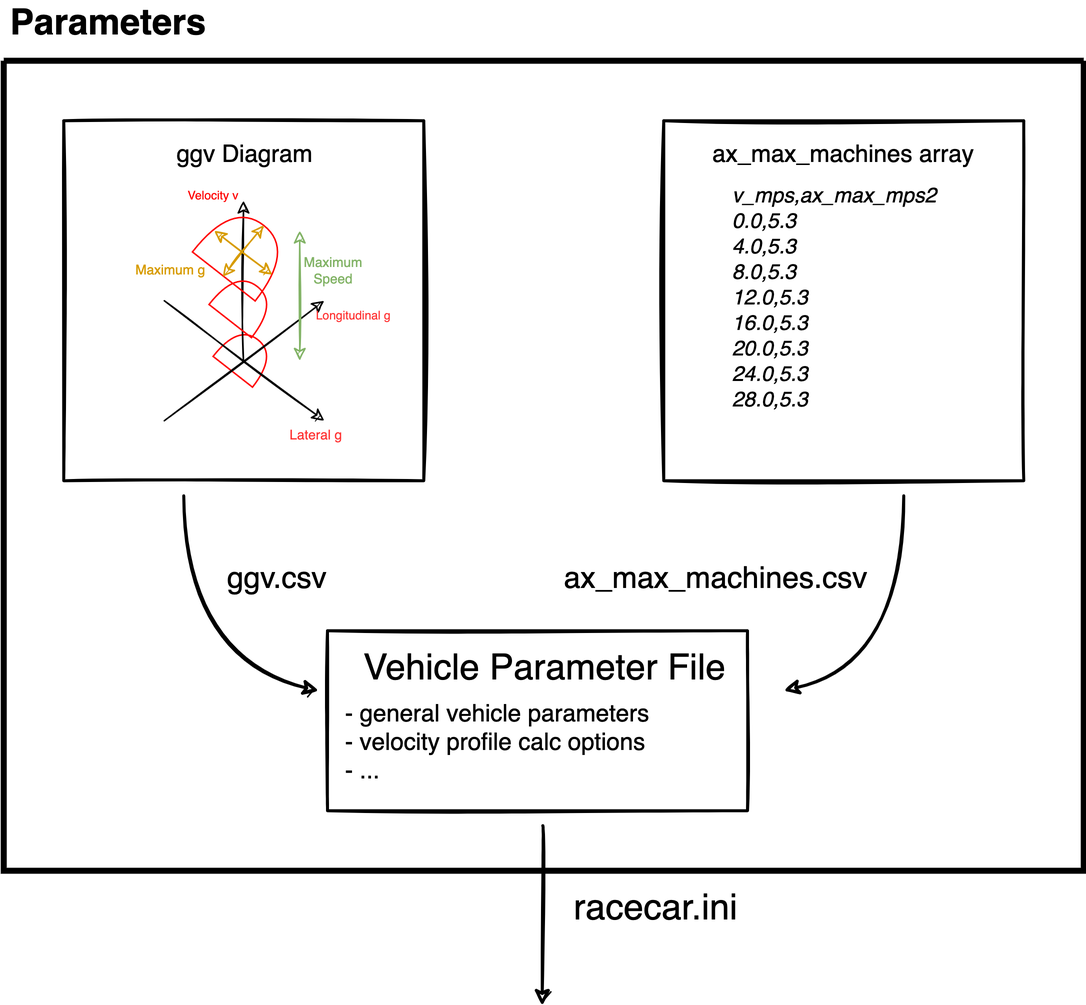
The draw.io diagram img/Algorithm_Optimization_Module_Parameters.png in Beomar97/path-planning-docs, before a commit. Source tidied: cells renumbered, new cells last; positions are measured from the earlier drawing's top-left corner, leaving out a move shared by most shapes.
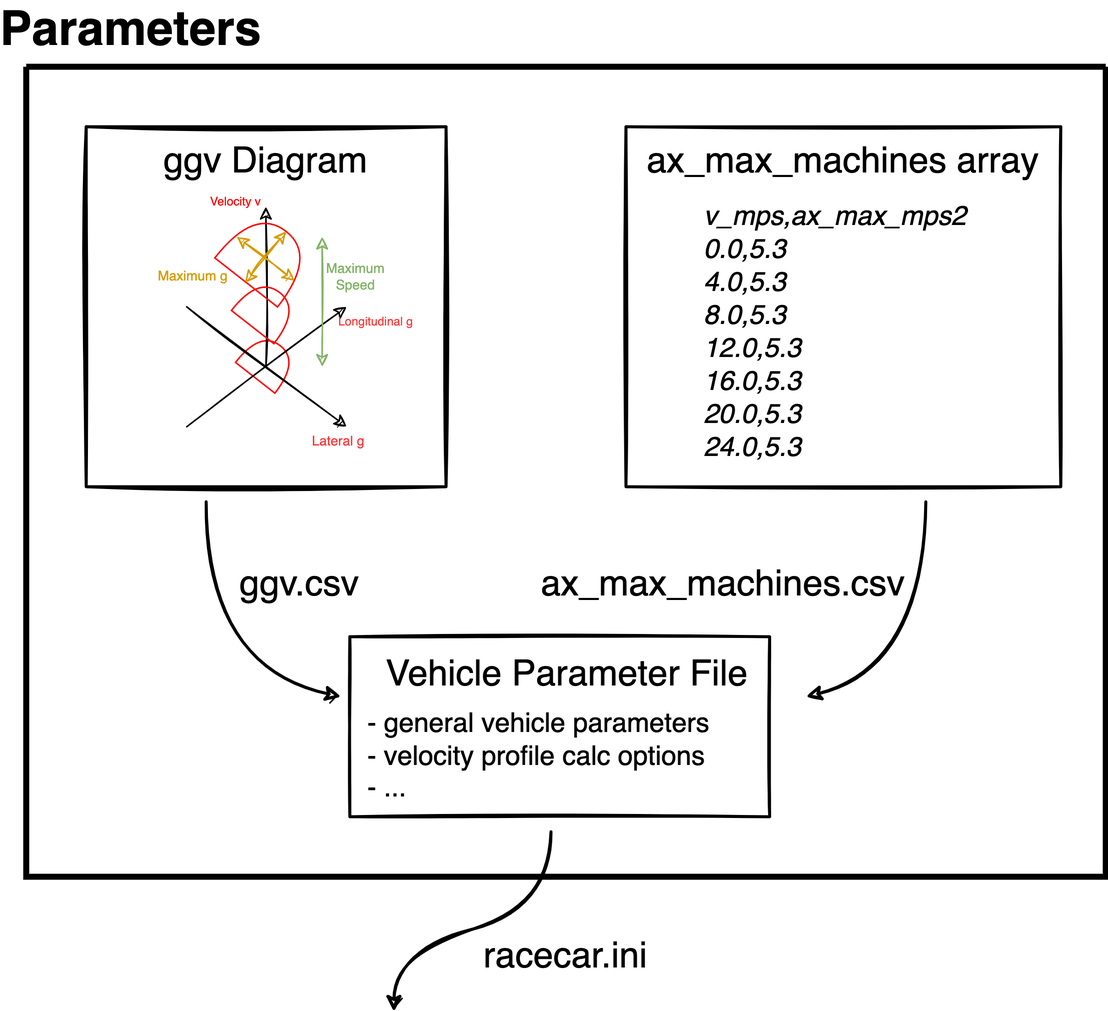
After the commit.

Diff of the diagram source:
```diff
@@ -3,7 +3,7 @@
     <mxCell id="0" />
     <mxCell id="1" parent="0" />
     <mxCell id="2" style="group;" parent="1" vertex="1">
-      <mxGeometry x="40" y="80" width="240" height="240" as="geometry" />
+      <mxGeometry y="80" width="240" height="240" as="geometry" />
     </mxCell>
     <mxCell id="3" style="shape=or;whiteSpace=wrap;html=1;fillColor=none;rotation=308;strokeColor=#FF0000;" parent="2" vertex="1">
       <mxGeometry x="107.5" y="140" width="27.1" height="33.3" as="geometry" />
@@ -64,65 +64,69 @@
     <mxCell id="17" style="swimlane;startSize=0;sketch=1;strokeWidth=2;" parent="2" vertex="1">
       <mxGeometry width="240" height="240" as="geometry" />
     </mxCell>
-    <mxCell id="18" value="ggv Diagram" style="text;html=1;strokeColor=none;fillColor=none;align=center;verticalAlign=middle;whiteSpace=wrap;rounded=0;shadow=0;sketch=0;fontColor=#000000;fontSize=16;" parent="17" vertex="1">
-      <mxGeometry x="74.3" y="13.3" width="93.5" height="20" as="geometry" />
+    <mxCell id="18" style="swimlane;startSize=0;sketch=1;fontSize=12;strokeWidth=2;" parent="1" vertex="1">
+      <mxGeometry x="360" y="80" width="290" height="240" as="geometry" />
     </mxCell>
-    <mxCell id="19" style="swimlane;startSize=0;sketch=1;fontSize=12;strokeWidth=2;" parent="1" vertex="1">
-      <mxGeometry x="440" y="80" width="240" height="240" as="geometry" />
+    <mxCell id="19" style="endArrow=classic;html=1;fontSize=24;sketch=1;strokeWidth=2;curved=1;" parent="1" edge="1">
+      <mxGeometry relative="1" as="geometry">
+        <mxPoint x="80" y="330" as="sourcePoint" />
+        <mxPoint x="170" y="460" as="targetPoint" />
+        <Array as="points">
+          <mxPoint x="80" y="440" />
+        </Array>
+      </mxGeometry>
     </mxCell>
-    <mxCell id="20" value="v_mps,ax_max_mps2&#10;0.0,5.3&#10;4.0,5.3&#10;8.0,5.3&#10;12.0,5.3&#10;16.0,5.3&#10;20.0,5.3&#10;24.0,5.3&#10;28.0,5.3&#10;......" style="text;strokeColor=none;fillColor=none;align=left;verticalAlign=middle;spacingLeft=4;spacingRight=4;overflow=hidden;sketch=1;fontSize=14;fontStyle=2;" parent="19" vertex="1">
-      <mxGeometry x="40" y="40" width="160" height="160" as="geometry" />
+    <mxCell id="20" style="endArrow=classic;html=1;fontSize=24;sketch=1;strokeWidth=2;curved=1;" parent="1" edge="1">
+      <mxGeometry relative="1" as="geometry">
+        <mxPoint x="560" y="330" as="sourcePoint" />
+        <mxPoint x="480" y="460" as="targetPoint" />
+        <Array as="points">
+          <mxPoint x="560" y="440" />
+        </Array>
+      </mxGeometry>
     </mxCell>
-    <mxCell id="21" value="ax_max_machines array" style="text;html=1;strokeColor=none;fillColor=none;align=center;verticalAlign=middle;whiteSpace=wrap;rounded=0;shadow=0;sketch=0;fontColor=#000000;fontSize=16;" parent="19" vertex="1">
-      <mxGeometry x="29.1" y="13.3" width="181.8" height="20" as="geometry" />
+    <mxCell id="21" value="ggv.csv" style="text;html=1;strokeColor=none;fillColor=none;align=center;verticalAlign=middle;whiteSpace=wrap;rounded=0;sketch=1;fontSize=24;" parent="1" vertex="1">
+      <mxGeometry x="100" y="370" width="85" height="30" as="geometry" />
     </mxCell>
-    <mxCell id="22" style="endArrow=classic;html=1;fontSize=24;sketch=1;strokeWidth=2;curved=1;" parent="1" edge="1">
-      <mxGeometry relative="1" as="geometry">
-        <mxPoint x="120" y="330" as="sourcePoint" />
-        <mxPoint x="210" y="460" as="targetPoint" />
-        <Array as="points">
-          <mxPoint x="120" y="440" />
-        </Array>
-      </mxGeometry>
+    <mxCell id="22" style="swimlane;startSize=0;sketch=1;fontSize=24;strokeWidth=2;" parent="1" vertex="1">
+      <mxGeometry x="175.8" y="420" width="280" height="120" as="geometry" />
     </mxCell>
-    <mxCell id="23" style="endArrow=classic;html=1;fontSize=24;sketch=1;strokeWidth=2;curved=1;" parent="1" edge="1">
-      <mxGeometry relative="1" as="geometry">
-        <mxPoint x="600" y="330" as="sourcePoint" />
-        <mxPoint x="520" y="460" as="targetPoint" />
-        <Array as="points">
-          <mxPoint x="600" y="440" />
-        </Array>
-      </mxGeometry>
+    <mxCell id="23" value="Vehicle Parameter File" style="text;html=1;strokeColor=none;fillColor=none;align=center;verticalAlign=middle;whiteSpace=wrap;rounded=0;sketch=1;fontSize=24;" parent="22" vertex="1">
+      <mxGeometry x="20" y="10" width="250" height="30" as="geometry" />
     </mxCell>
-    <mxCell id="24" value="ax_max_machines.csv" style="text;html=1;strokeColor=none;fillColor=none;align=center;verticalAlign=middle;whiteSpace=wrap;rounded=0;sketch=1;fontSize=20;" parent="1" vertex="1">
-      <mxGeometry x="370" y="370" width="210" height="30" as="geometry" />
+    <mxCell id="24" value="- general vehicle parameters&lt;br style=&quot;font-size: 18px;&quot;&gt;- velocity profile calc options&lt;br style=&quot;font-size: 18px;&quot;&gt;- ..." style="text;html=1;strokeColor=none;fillColor=none;align=left;verticalAlign=top;whiteSpace=wrap;rounded=0;sketch=1;fontSize=18;" parent="22" vertex="1">
+      <mxGeometry x="10" y="40" width="270" height="70" as="geometry" />
     </mxCell>
-    <mxCell id="25" value="ggv.csv" style="text;html=1;strokeColor=none;fillColor=none;align=center;verticalAlign=middle;whiteSpace=wrap;rounded=0;sketch=1;fontSize=20;" parent="1" vertex="1">
-      <mxGeometry x="140" y="370" width="85" height="30" as="geometry" />
+    <mxCell id="25" style="swimlane;startSize=0;labelBackgroundColor=#E6E6E6;sketch=0;fillStyle=solid;fontFamily=Courier New;fontSize=20;fillColor=#E6E6E6;strokeWidth=4;" parent="1" vertex="1">
+      <mxGeometry x="-40" y="40" width="720" height="540" as="geometry" />
     </mxCell>
-    <mxCell id="26" style="swimlane;startSize=0;sketch=1;fontSize=24;strokeWidth=2;" parent="1" vertex="1">
-      <mxGeometry x="215.8" y="420" width="280" height="120" as="geometry" />
+    <mxCell id="26" value="Parameters" style="text;html=1;strokeColor=none;fillColor=none;align=center;verticalAlign=middle;whiteSpace=wrap;rounded=0;labelBackgroundColor=none;sketch=0;fillStyle=solid;fontFamily=Helvetica;fontSize=32;fontStyle=1;" parent="1" vertex="1">
+      <mxGeometry x="-40" width="140" height="30" as="geometry" />
     </mxCell>
-    <mxCell id="27" value="Vehicle Parameter File" style="text;html=1;strokeColor=none;fillColor=none;align=center;verticalAlign=middle;whiteSpace=wrap;rounded=0;sketch=1;fontSize=24;" parent="26" vertex="1">
-      <mxGeometry x="20" y="10" width="250" height="30" as="geometry" />
+    <mxCell id="27" value="racecar.ini" style="text;html=1;strokeColor=none;fillColor=none;align=center;verticalAlign=middle;whiteSpace=wrap;rounded=0;sketch=1;fontSize=24;" parent="1" vertex="1">
+      <mxGeometry x="195" y="618" width="250" height="30" as="geometry" />
     </mxCell>
-    <mxCell id="28" value="- general vehicle parameters&lt;br style=&quot;font-size: 16px;&quot;&gt;- velocity profile calc options&lt;br style=&quot;font-size: 16px;&quot;&gt;- ..." style="text;html=1;strokeColor=none;fillColor=none;align=left;verticalAlign=top;whiteSpace=wrap;rounded=0;sketch=1;fontSize=16;" parent="26" vertex="1">
-      <mxGeometry x="10" y="40" width="270" height="70" as="geometry" />
+    <mxCell id="28" style="endArrow=classic;html=1;fontSize=24;sketch=1;strokeWidth=2;curved=1;" parent="1" edge="1">
+      <mxGeometry relative="1" as="geometry">
+        <mxPoint x="310" y="550" as="sourcePoint" />
+        <mxPoint x="205.3" y="670" as="targetPoint" />
+        <Array as="points">
+          <mxPoint x="310" y="600" />
+          <mxPoint x="205" y="630" />
+        </Array>
+      </mxGeometry>
     </mxCell>
-    <mxCell id="29" style="endArrow=classic;html=1;fontSize=24;sketch=1;strokeWidth=2;curved=1;" parent="1" edge="1">
-      <mxGeometry relative="1" as="geometry">
-        <mxPoint x="359.3" y="550" as="sourcePoint" />
-        <mxPoint x="359" y="670" as="targetPoint" />
-      </mxGeometry>
+    <mxCell id="29" value="&lt;font style=&quot;font-size: 24px;&quot;&gt;ggv Diagram&lt;/font&gt;" style="text;html=1;strokeColor=none;fillColor=none;align=center;verticalAlign=middle;whiteSpace=wrap;rounded=0;shadow=0;sketch=0;fontColor=#000000;fontSize=16;" parent="1" vertex="1">
+      <mxGeometry x="47.1" y="93.3" width="145.7" height="20" as="geometry" />
     </mxCell>
-    <mxCell id="30" style="swimlane;startSize=0;labelBackgroundColor=#E6E6E6;sketch=0;fillStyle=solid;fontFamily=Courier New;fontSize=20;fillColor=#E6E6E6;strokeWidth=4;" parent="1" vertex="1">
-      <mxGeometry y="40" width="720" height="540" as="geometry" />
+    <mxCell id="30" value="ax_max_machines.csv" style="text;html=1;strokeColor=none;fillColor=none;align=center;verticalAlign=middle;whiteSpace=wrap;rounded=0;sketch=1;fontSize=24;" parent="1" vertex="1">
+      <mxGeometry x="320" y="370" width="210" height="30" as="geometry" />
     </mxCell>
-    <mxCell id="31" value="Parameters" style="text;html=1;strokeColor=none;fillColor=none;align=center;verticalAlign=middle;whiteSpace=wrap;rounded=0;labelBackgroundColor=none;sketch=0;fillStyle=solid;fontFamily=Helvetica;fontSize=24;fontStyle=1;" parent="1" vertex="1">
-      <mxGeometry width="140" height="30" as="geometry" />
+    <mxCell id="31" value="ax_max_machines array" style="text;html=1;strokeColor=none;fillColor=none;align=center;verticalAlign=middle;whiteSpace=wrap;rounded=0;shadow=0;sketch=0;fontColor=#000000;fontSize=24;" parent="1" vertex="1">
+      <mxGeometry x="370" y="93.3" width="270" height="20" as="geometry" />
     </mxCell>
-    <mxCell id="32" value="racecar.ini" style="text;html=1;strokeColor=none;fillColor=none;align=center;verticalAlign=middle;whiteSpace=wrap;rounded=0;sketch=1;fontSize=24;" parent="1" vertex="1">
-      <mxGeometry x="310" y="590" width="250" height="30" as="geometry" />
+    <mxCell id="32" value="v_mps,ax_max_mps2&#10;0.0,5.3&#10;4.0,5.3&#10;8.0,5.3&#10;12.0,5.3&#10;16.0,5.3&#10;20.0,5.3&#10;24.0,5.3" style="text;strokeColor=none;fillColor=none;align=left;verticalAlign=middle;spacingLeft=4;spacingRight=4;overflow=hidden;sketch=1;fontSize=18;fontStyle=2;" parent="1" vertex="1">
+      <mxGeometry x="406.2" y="120" width="197.5" height="190" as="geometry" />
     </mxCell>
   </root>
 </mxGraphModel>
```
